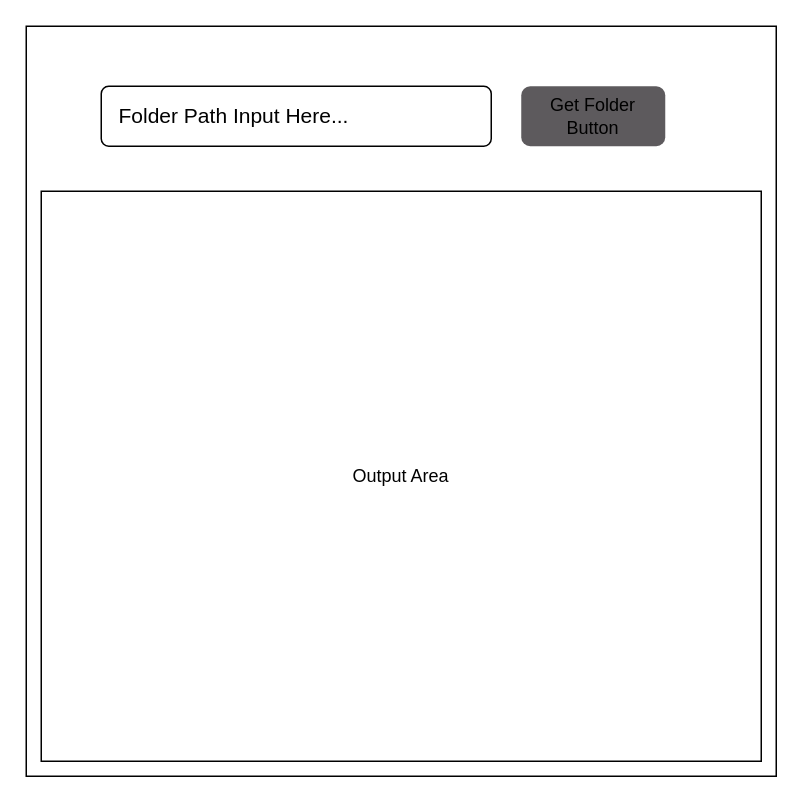
The draw.io diagram UIDesign.drawio in RushoBinnabi/FileChanger, before the edit. Source tidied: cells renumbered, new cells numbered last; positions are measured from the earlier drawing's top-left corner, leaving out a move shared by most shapes. Both pictures are drawn from the tidied source at 150%, with x=0, y=0 at pixel (26, 26).
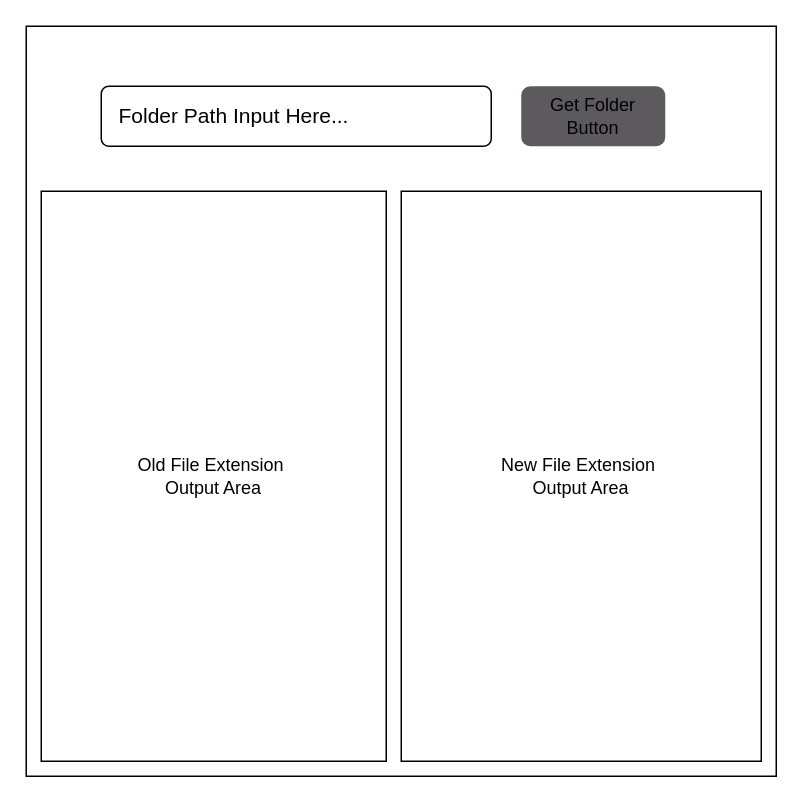
The same diagram, later.

Change to the diagram source:
```diff
@@
 <mxGraphModel>
   <root>
     <mxCell id="0" />
     <mxCell id="1" parent="0" />
     <mxCell id="2" style="rounded=0;whiteSpace=wrap;html=1;" parent="1" vertex="1">
       <mxGeometry width="500" height="500" as="geometry" />
     </mxCell>
     <mxCell id="3" value="Folder Path Input Here..." style="html=1;shadow=0;dashed=0;shape=mxgraph.bootstrap.rrect;rSize=5;strokeWidth=1;whiteSpace=wrap;align=left;verticalAlign=middle;spacingLeft=10;fontSize=14;" parent="1" vertex="1">
       <mxGeometry x="50" y="40" width="260" height="40" as="geometry" />
     </mxCell>
     <mxCell id="4" value="&lt;font style=&quot;color: rgb(0, 0, 0);&quot;&gt;Get Folder Button&lt;/font&gt;" style="rounded=1;fillColor=#5D5A5D;strokeColor=none;html=1;whiteSpace=wrap;fontColor=#ffffff;align=center;verticalAlign=middle;fontStyle=0;fontSize=12;sketch=0;" parent="1" vertex="1">
       <mxGeometry x="330" y="40" width="96" height="40" as="geometry" />
     </mxCell>
-    <mxCell id="5" value="Output Area" style="rounded=0;whiteSpace=wrap;html=1;" parent="1" vertex="1">
-      <mxGeometry x="10" y="110" width="480" height="380" as="geometry" />
+    <mxCell id="5" value="Old File Extension&amp;nbsp;&lt;div&gt;&lt;span style=&quot;background-color: transparent; color: light-dark(rgb(0, 0, 0), rgb(255, 255, 255));&quot;&gt;Output Area&lt;/span&gt;&lt;/div&gt;" style="rounded=0;whiteSpace=wrap;html=1;" parent="1" vertex="1">
+      <mxGeometry x="10" y="110" width="230" height="380" as="geometry" />
     </mxCell>
+    <mxCell id="6" value="New File Extension&amp;nbsp;&lt;div&gt;&lt;span style=&quot;background-color: transparent; color: light-dark(rgb(0, 0, 0), rgb(255, 255, 255));&quot;&gt;Output Area&lt;/span&gt;&lt;/div&gt;" style="rounded=0;whiteSpace=wrap;html=1;" parent="1" vertex="1">
+      <mxGeometry x="250" y="110" width="240" height="380" as="geometry" />
+    </mxCell>
   </root>
 </mxGraphModel>
```
